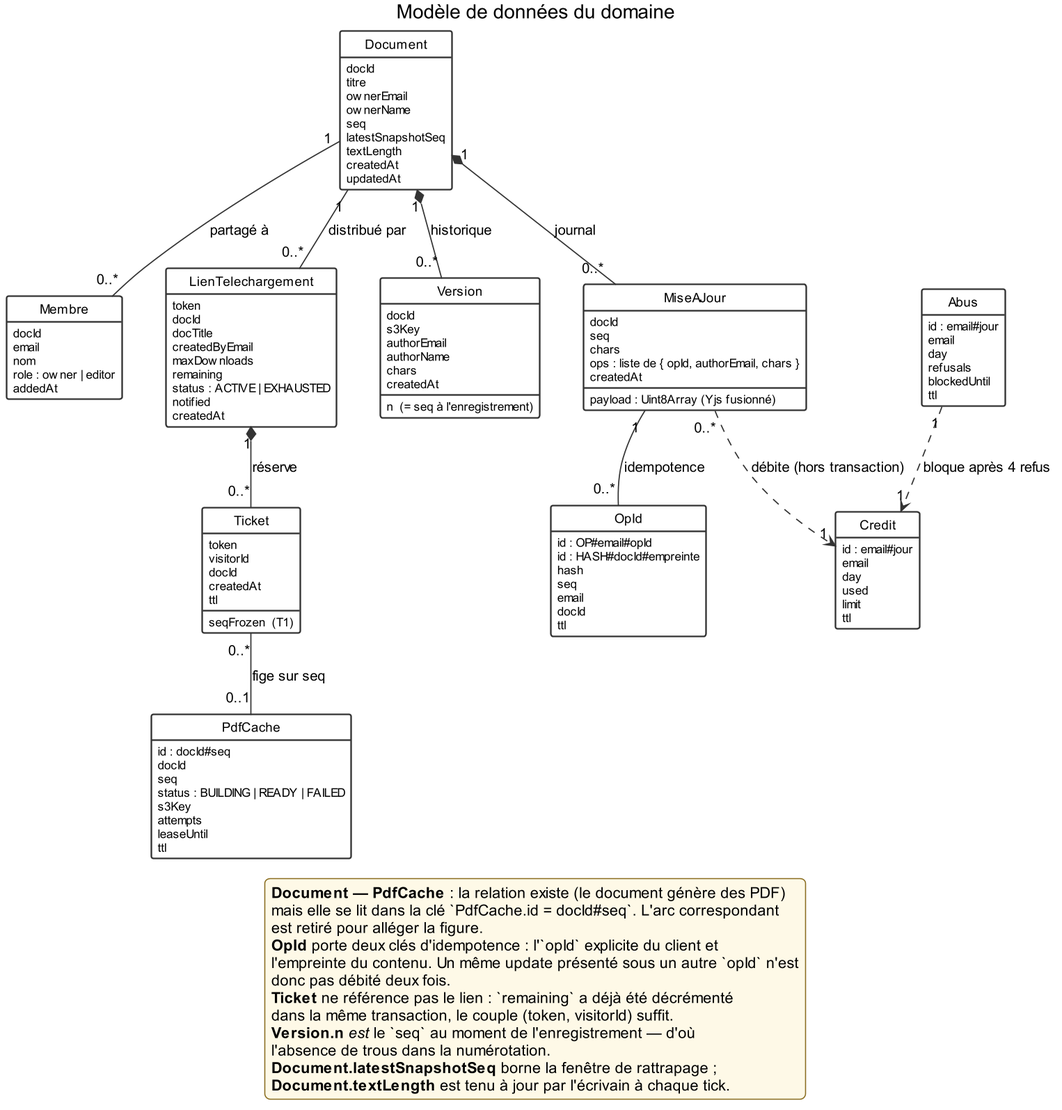
Above: docs/diagrammes-conception/png/07-classes.png in Djusse/Editeur_Partag- (PlantUML), before the change. Its source is kept beside it as docs/diagrammes-conception/puml/07-classes.puml.
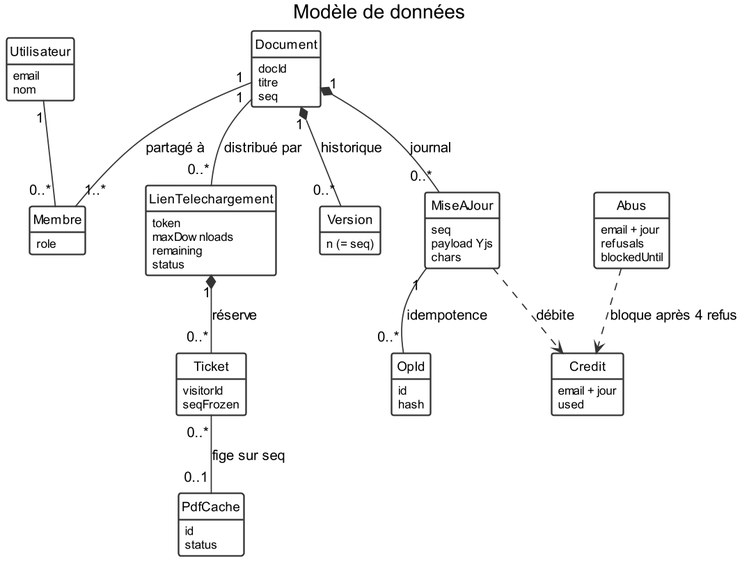
Above is the later version.

What changed in the source:
```diff
@@ -13,137 +13,80 @@
   nodesep 40
   ranksep 55
   BackgroundColor white
-  legendBackgroundColor #FEF9E7
-  legendBorderColor #8A6D1F
 }
 
-title Modèle de données du domaine
+title Modèle de données
 
 hide empty members
 hide circle
 
+class Utilisateur {
+  email
+  nom
+}
+
 class Document {
   docId
   titre
-  ownerEmail
-  ownerName
   seq
-  latestSnapshotSeq
-  textLength
-  createdAt
-  updatedAt
 }
 
 class Membre {
-  docId
-  email
-  nom
-  role : owner | editor
-  addedAt
+  role
 }
 
 class MiseAJour {
-  docId
   seq
-  payload : Uint8Array (Yjs fusionné)
+  payload Yjs
   chars
-  ops : liste de { opId, authorEmail, chars }
-  createdAt
 }
 
 class OpId {
-  id : OP#email#opId
-  id : HASH#docId#empreinte
+  id
   hash
-  seq
-  email
-  docId
-  ttl
 }
 
 class Version {
-  docId
-  n  (= seq à l'enregistrement)
-  s3Key
-  authorEmail
-  authorName
-  chars
-  createdAt
+  n (= seq)
 }
 
 class LienTelechargement {
   token
-  docId
-  docTitle
-  createdByEmail
   maxDownloads
   remaining
-  status : ACTIVE | EXHAUSTED
-  notified
-  createdAt
+  status
 }
 
 class Ticket {
-  token
   visitorId
-  docId
-  seqFrozen  (T1)
-  createdAt
-  ttl
+  seqFrozen
 }
 
 class PdfCache {
-  id : docId#seq
-  docId
-  seq
-  status : BUILDING | READY | FAILED
-  s3Key
-  attempts
-  leaseUntil
-  ttl
+  id
+  status
 }
 
 class Credit {
-  id : email#jour
-  email
-  day
+  email + jour
   used
-  limit
-  ttl
 }
 
 class Abus {
-  id : email#jour
-  email
-  day
+  email + jour
   refusals
   blockedUntil
-  ttl
 }
 
+Utilisateur "1" -- "0..*" Membre
+Document "1" -- "1..*" Membre : partagé à
 Document "1" *-- "0..*" MiseAJour : journal
 Document "1" *-- "0..*" Version : historique
-Document "1" -- "0..*" Membre : partagé à
 Document "1" -- "0..*" LienTelechargement : distribué par
 LienTelechargement "1" *-- "0..*" Ticket : réserve
 Ticket "0..*" -- "0..1" PdfCache : fige sur seq
 MiseAJour "1" -- "0..*" OpId : idempotence
-MiseAJour "0..*" ..> "1" Credit : débite (hors transaction)
-Abus "1" ..> "1" Credit : bloque après 4 refus
-
-legend bottom
-  <b>Document — PdfCache</b> : la relation existe (le document génère des PDF)
-  mais elle se lit dans la clé `PdfCache.id = docId#seq`. L'arc correspondant
-  est retiré pour alléger la figure.
-  <b>OpId</b> porte deux clés d'idempotence : l'`opId` explicite du client et
-  l'empreinte du contenu. Un même update présenté sous un autre `opId` n'est
-  donc pas débité deux fois.
-  <b>Ticket</b> ne référence pas le lien : `remaining` a déjà été décrémenté
-  dans la même transaction, le couple (token, visitorId) suffit.
-  <b>Version.n</b> <i>est</i> le `seq` au moment de l'enregistrement — d'où
-  l'absence de trous dans la numérotation.
-  <b>Document.latestSnapshotSeq</b> borne la fenêtre de rattrapage ;
-  <b>Document.textLength</b> est tenu à jour par l'écrivain à chaque tick.
-endlegend
+MiseAJour ..> Credit : débite
+Abus ..> Credit : bloque après 4 refus
 
 @enduml
```
